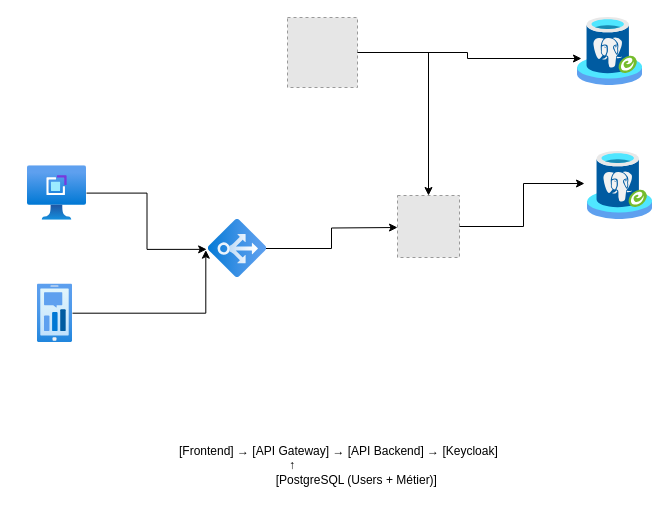
Earlier version of the draw.io diagram documentation/file-diagramme-uml/structure du projet.drawio (hamza-bely/4proj). Source tidied: cells renumbered, new cells numbered last; positions are measured from the earlier drawing's top-left corner, leaving out a move shared by most shapes. Both pictures are drawn from the tidied source at 100%, with x=0, y=0 at pixel (27, 17). Pictures stored in the file or linked from it are replaced by grey dashed boxes.
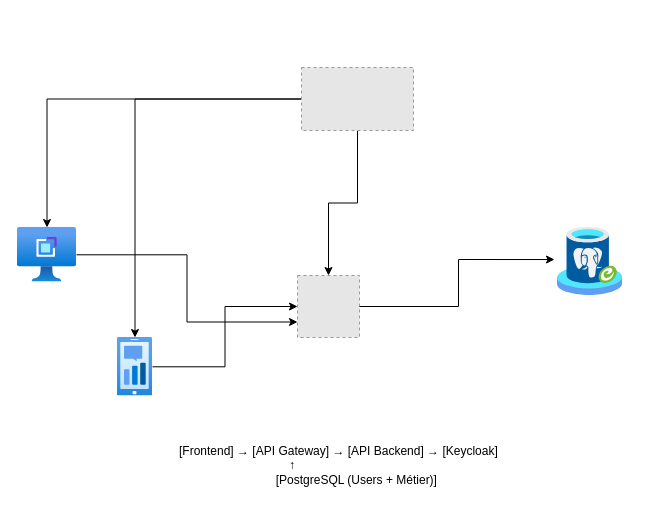
After the change.

Commit message (it also covers changes not shown here):
Mettre à jour structure du projet.drawio

The edit, as a diff of the source:
```diff
@@
 <mxGraphModel>
   <root>
     <mxCell id="0" />
     <mxCell id="1" parent="0" />
     <mxCell id="2" style="fillColor=#E6E6E6;strokeColor=#999999;dashed=1;verticalLabelPosition=bottom;labelBackgroundColor=default;verticalAlign=top;" parent="1" vertex="1">
-      <mxGeometry x="370" y="178" width="62" height="62" as="geometry" />
+      <mxGeometry x="270" y="258" width="62" height="62" as="geometry" />
     </mxCell>
-    <mxCell id="3" style="edgeStyle=orthogonalEdgeStyle;rounded=0;jettySize=auto;html=1;" parent="1" edge="1" source="4" target="2">
-      <mxGeometry relative="1" as="geometry" />
-    </mxCell>
-    <mxCell id="4" style="fillColor=#E6E6E6;strokeColor=#999999;dashed=1;verticalLabelPosition=bottom;labelBackgroundColor=default;verticalAlign=top;" parent="1" vertex="1">
-      <mxGeometry x="260" width="70" height="70" as="geometry" />
-    </mxCell>
-    <mxCell id="5" style="image;html=1;points=[];align=center;fontSize=12;image=img/lib/azure2/other/Arc_PostgreSQL.svg;" parent="1" vertex="1">
-      <mxGeometry x="550" width="65.1" height="68" as="geometry" />
-    </mxCell>
-    <mxCell id="6" style="edgeStyle=orthogonalEdgeStyle;rounded=0;jettySize=auto;html=1;" parent="1" edge="1" source="7">
-      <mxGeometry relative="1" as="geometry">
-        <mxPoint x="370" y="210" as="targetPoint" />
-      </mxGeometry>
-    </mxCell>
-    <mxCell id="7" style="image;html=1;points=[];align=center;fontSize=12;image=img/lib/azure2/other/Defender_Distributer_Control_System.svg;rotation=90;" parent="1" vertex="1">
-      <mxGeometry x="180" y="202" width="58" height="58" as="geometry" />
-    </mxCell>
-    <mxCell id="8" style="edgeStyle=orthogonalEdgeStyle;rounded=0;jettySize=auto;html=1;entryX=0.515;entryY=1.015;entryDx=0;entryDy=0;entryPerimeter=0;" parent="1" edge="1" source="14" target="7">
-      <mxGeometry relative="1" as="geometry" />
-    </mxCell>
-    <mxCell id="9" style="edgeStyle=orthogonalEdgeStyle;rounded=0;jettySize=auto;html=1;entryX=0.529;entryY=1.029;entryDx=0;entryDy=0;entryPerimeter=0;" parent="1" edge="1" source="13" target="7">
-      <mxGeometry relative="1" as="geometry" />
-    </mxCell>
     <mxCell id="10" style="image;html=1;points=[];align=center;fontSize=12;image=img/lib/azure2/other/Arc_PostgreSQL.svg;" parent="1" vertex="1">
-      <mxGeometry x="560" y="134" width="65.1" height="68" as="geometry" />
+      <mxGeometry x="530" y="210" width="65.1" height="68" as="geometry" />
     </mxCell>
-    <mxCell id="11" style="edgeStyle=orthogonalEdgeStyle;rounded=0;jettySize=auto;html=1;entryX=0.061;entryY=0.603;entryDx=0;entryDy=0;entryPerimeter=0;" parent="1" edge="1" source="4" target="5">
-      <mxGeometry relative="1" as="geometry" />
-    </mxCell>
     <mxCell id="12" style="edgeStyle=orthogonalEdgeStyle;rounded=0;jettySize=auto;html=1;entryX=-0.046;entryY=0.471;entryDx=0;entryDy=0;entryPerimeter=0;" parent="1" edge="1" source="2" target="10">
       <mxGeometry relative="1" as="geometry" />
     </mxCell>
+    <mxCell id="16" style="edgeStyle=orthogonalEdgeStyle;rounded=0;jettySize=auto;html=1;entryX=0;entryY=0.5;entryDx=0;entryDy=0;" parent="1" edge="1" source="13" target="2">
+      <mxGeometry relative="1" as="geometry" />
+    </mxCell>
     <mxCell id="13" style="image;html=1;points=[];align=center;fontSize=12;image=img/lib/azure2/general/Mobile_Engagement.svg;" parent="1" vertex="1">
-      <mxGeometry x="10" y="266.4" width="35" height="58.6" as="geometry" />
+      <mxGeometry x="90" y="320" width="35" height="58.6" as="geometry" />
     </mxCell>
+    <mxCell id="17" style="edgeStyle=orthogonalEdgeStyle;rounded=0;jettySize=auto;html=1;entryX=0;entryY=0.75;entryDx=0;entryDy=0;" parent="1" edge="1" source="14" target="2">
+      <mxGeometry relative="1" as="geometry" />
+    </mxCell>
     <mxCell id="14" style="image;html=1;points=[];align=center;fontSize=12;image=img/lib/azure2/other/VM_Application_Definition.svg;" parent="1" vertex="1">
-      <mxGeometry y="148.3" width="59" height="54.5" as="geometry" />
+      <mxGeometry x="-10" y="210" width="59" height="54.5" as="geometry" />
     </mxCell>
     <mxCell id="15" value="[Frontend] → [API Gateway] → [API Backend] → [Keycloak]  &#10;                                 ↑  &#10;                             [PostgreSQL (Users + Métier)]" style="text;whiteSpace=wrap;" parent="1" vertex="1">
       <mxGeometry x="150" y="420" width="360" height="70" as="geometry" />
     </mxCell>
+    <mxCell id="18" style="edgeStyle=orthogonalEdgeStyle;rounded=0;jettySize=auto;html=1;" parent="1" edge="1" source="21" target="14">
+      <mxGeometry relative="1" as="geometry" />
+    </mxCell>
+    <mxCell id="19" style="edgeStyle=orthogonalEdgeStyle;rounded=0;jettySize=auto;html=1;" parent="1" edge="1" source="21" target="2">
+      <mxGeometry relative="1" as="geometry" />
+    </mxCell>
+    <mxCell id="20" style="edgeStyle=orthogonalEdgeStyle;rounded=0;jettySize=auto;html=1;" parent="1" edge="1" source="21" target="13">
+      <mxGeometry relative="1" as="geometry" />
+    </mxCell>
+    <mxCell id="21" style="fillColor=#E6E6E6;strokeColor=#999999;dashed=1;verticalLabelPosition=bottom;labelBackgroundColor=default;verticalAlign=top;" parent="1" vertex="1">
+      <mxGeometry x="274" y="50" width="112" height="63" as="geometry" />
+    </mxCell>
   </root>
 </mxGraphModel>
```
